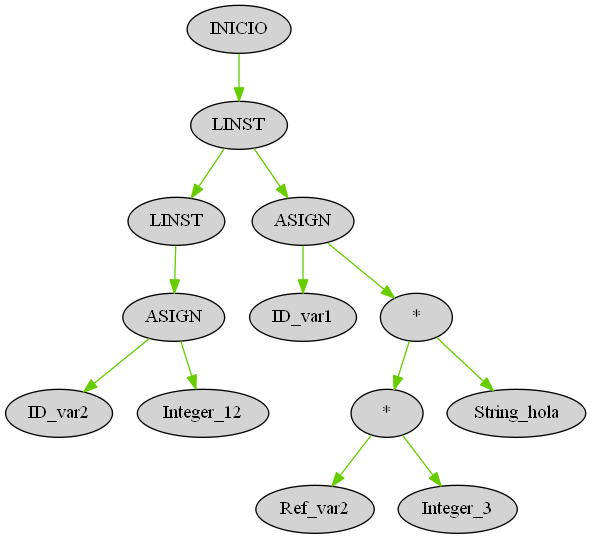
ElmerAlay/OLC21P2020 keeps this Graphviz diagram as OLC2P12020/AST_proyecto.png. Above is the earlier version. Its source is kept beside it as OLC2P12020/AST_proyecto.dot.
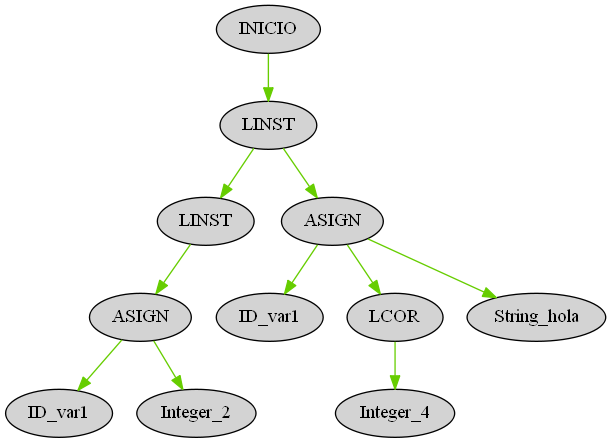
The same file after the commit.

Diff of the diagram source:
```diff
@@ -1,40 +1,34 @@
 digraph G { node[shape=oval, style=filled, collor=coral]; edge[color=chartreuse3]; rankdir=UD
 
-"23" [label="INICIO"]
-"22" [label="LINST"]
-"23" -> "22"
-"22" [label="LINST"]
-"14" [label="LINST"]
-"22" -> "14"
-"14" [label="LINST"]
-"13" [label="ASIGN"]
-"14" -> "13"
-"13" [label="ASIGN"]
-"12" [label="ID_var2"]
-"13" -> "12"
-"13" [label="ASIGN"]
-"11" [label="Integer_12"]
-"13" -> "11"
-"22" [label="LINST"]
-"21" [label="ASIGN"]
-"22" -> "21"
-"21" [label="ASIGN"]
-"20" [label="ID_var1"]
-"21" -> "20"
-"21" [label="ASIGN"]
-"19" [label="*"]
-"21" -> "19"
-"19" [label="*"]
-"17" [label="*"]
-"19" -> "17"
-"17" [label="*"]
-"15" [label="Ref_var2"]
-"17" -> "15"
-"17" [label="*"]
-"16" [label="Integer_3"]
-"17" -> "16"
-"19" [label="*"]
-"18" [label="String_hola"]
-"19" -> "18"
+"10" [label="INICIO"]
+"9" [label="LINST"]
+"10" -> "9"
+"9" [label="LINST"]
+"3" [label="LINST"]
+"9" -> "3"
+"3" [label="LINST"]
+"2" [label="ASIGN"]
+"3" -> "2"
+"2" [label="ASIGN"]
+"1" [label="ID_var1"]
+"2" -> "1"
+"2" [label="ASIGN"]
+"0" [label="Integer_2"]
+"2" -> "0"
+"9" [label="LINST"]
+"8" [label="ASIGN"]
+"9" -> "8"
+"8" [label="ASIGN"]
+"7" [label="ID_var1"]
+"8" -> "7"
+"8" [label="ASIGN"]
+"5" [label="LCOR"]
+"8" -> "5"
+"5" [label="LCOR"]
+"4" [label="Integer_4"]
+"5" -> "4"
+"8" [label="ASIGN"]
+"6" [label="String_hola"]
+"8" -> "6"
 
 }
```
